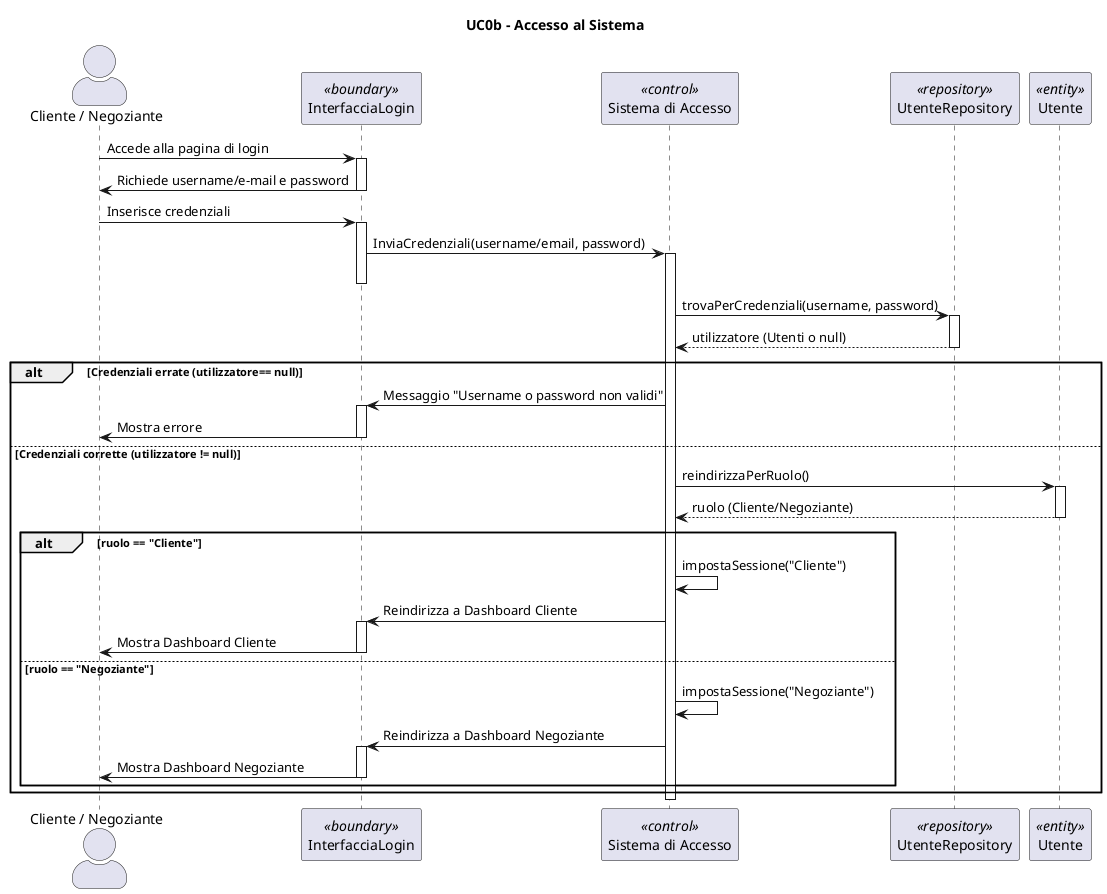
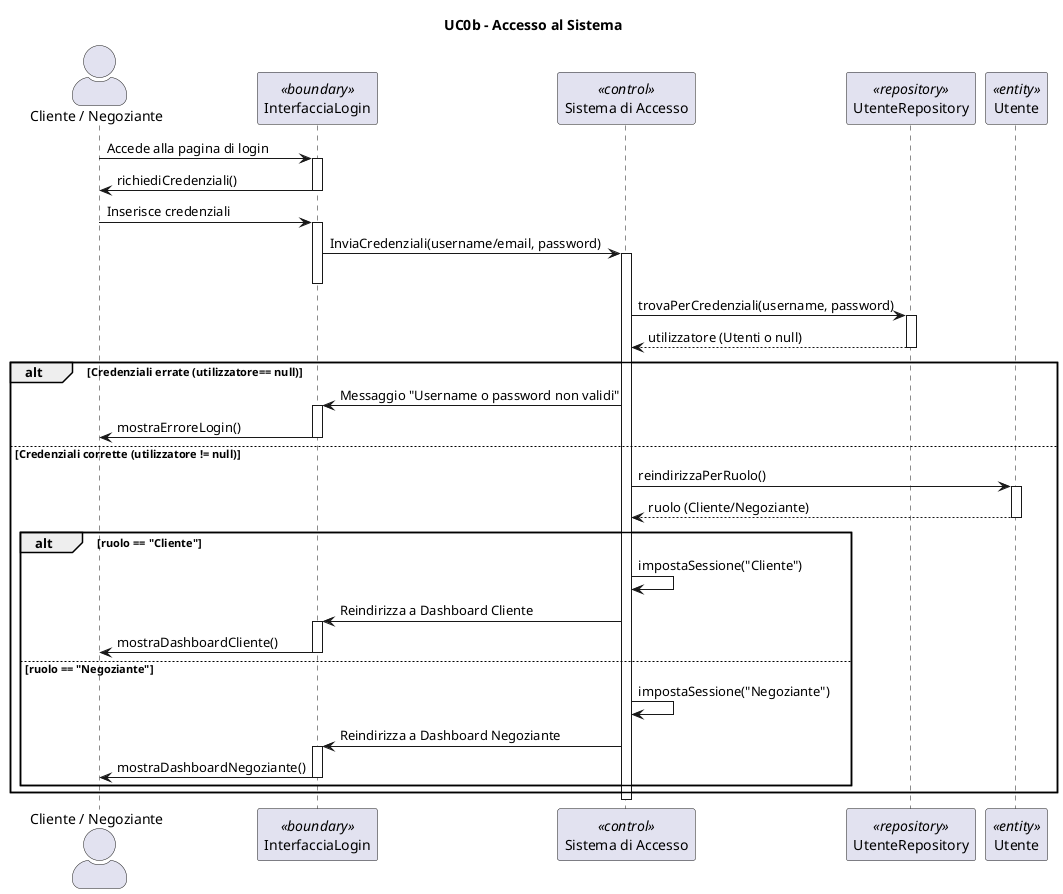
@startuml
title UC0b - Accesso al Sistema
skinparam actorStyle awesome
actor "Cliente / Negoziante" as Utenti
participant "InterfacciaLogin" <<boundary>>
participant "Sistema di Accesso" as Sistema <<control>>
participant "UtenteRepository" as Repo <<repository>>
participant "Utente" <<entity>>

Utenti -> InterfacciaLogin : Accede alla pagina di login
activate InterfacciaLogin
- InterfacciaLogin -> Utenti : Richiede username/e-mail e password
+ InterfacciaLogin -> Utenti : richiediCredenziali()
deactivate InterfacciaLogin

Utenti -> InterfacciaLogin : Inserisce credenziali
activate InterfacciaLogin
InterfacciaLogin -> Sistema : InviaCredenziali(username/email, password)
activate Sistema
deactivate InterfacciaLogin


Sistema -> Repo : trovaPerCredenziali(username, password)
activate Repo
Repo --> Sistema : utilizzatore (Utenti o null)
deactivate Repo

alt Credenziali errate (utilizzatore== null)
    Sistema -> InterfacciaLogin : Messaggio "Username o password non validi"
    activate InterfacciaLogin
-     InterfacciaLogin -> Utenti : Mostra errore
+     InterfacciaLogin -> Utenti : mostraErroreLogin()
    deactivate InterfacciaLogin
else Credenziali corrette (utilizzatore != null)

    Sistema -> Utente : reindirizzaPerRuolo()
    activate Utente
    Utente --> Sistema : ruolo (Cliente/Negoziante)
    deactivate Utente

    alt ruolo == "Cliente"
        Sistema -> Sistema : impostaSessione("Cliente")
        Sistema -> InterfacciaLogin : Reindirizza a Dashboard Cliente
        activate InterfacciaLogin
-         InterfacciaLogin -> Utenti : Mostra Dashboard Cliente
+         InterfacciaLogin -> Utenti : mostraDashboardCliente()
        deactivate InterfacciaLogin
    else ruolo == "Negoziante"
        Sistema -> Sistema : impostaSessione("Negoziante")
        Sistema -> InterfacciaLogin : Reindirizza a Dashboard Negoziante
        activate InterfacciaLogin
-         InterfacciaLogin -> Utenti : Mostra Dashboard Negoziante
+         InterfacciaLogin -> Utenti : mostraDashboardNegoziante()
        deactivate InterfacciaLogin
    end
end

deactivate Sistema
@enduml

